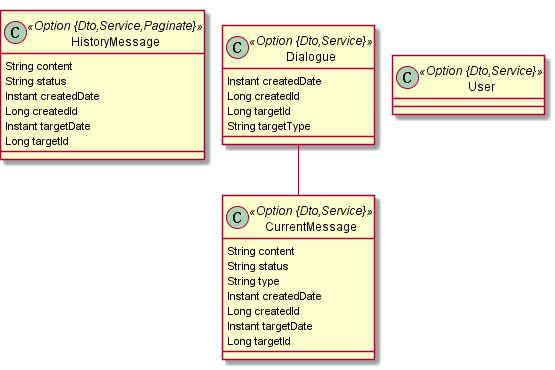
This is docs/jdl/im.png from dongyanghe/eikesi, a PlantUML export, as it was before one commit.
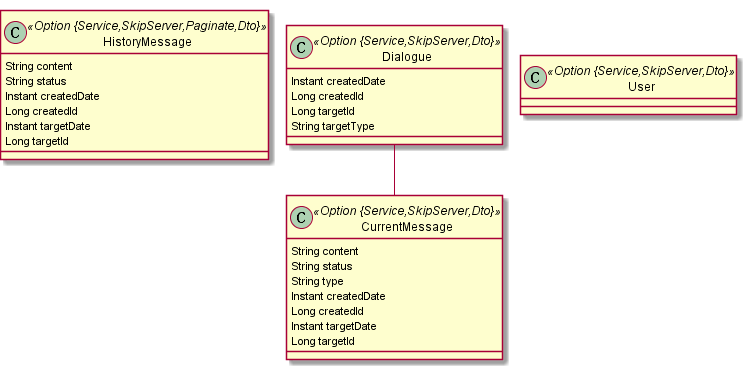
After the commit.

Change to the diagram source:
```diff
@@ -1,7 +1,7 @@
 @startuml
 	!pragma graphviz_dot jdot
 	!pragma syntax class
-	class HistoryMessage <<Option {Dto,Service,Paginate}>> {
+	class HistoryMessage <<Option {Service,SkipServer,Paginate,Dto}>> {
 		String content
 		String status
 		Instant createdDate
@@ -9,7 +9,7 @@
 		Instant targetDate
 		Long targetId
 	}
-	class CurrentMessage <<Option {Dto,Service}>> {
+	class CurrentMessage <<Option {Service,SkipServer,Dto}>> {
 		String content
 		String status
 		String type
@@ -18,13 +18,13 @@
 		Instant targetDate
 		Long targetId
 	}
-	class Dialogue <<Option {Dto,Service}>> {
+	class Dialogue <<Option {Service,SkipServer,Dto}>> {
 		Instant createdDate
 		Long createdId
 		Long targetId
 		String targetType
 	}
 	Dialogue  "currentMessage(createdDate) 0..1 " --o "dialogue(targetId) 0..* "  CurrentMessage
-	class User <<Option {Dto,Service}>> {
+	class User <<Option {Service,SkipServer,Dto}>> {
 	}
 @enduml
```
